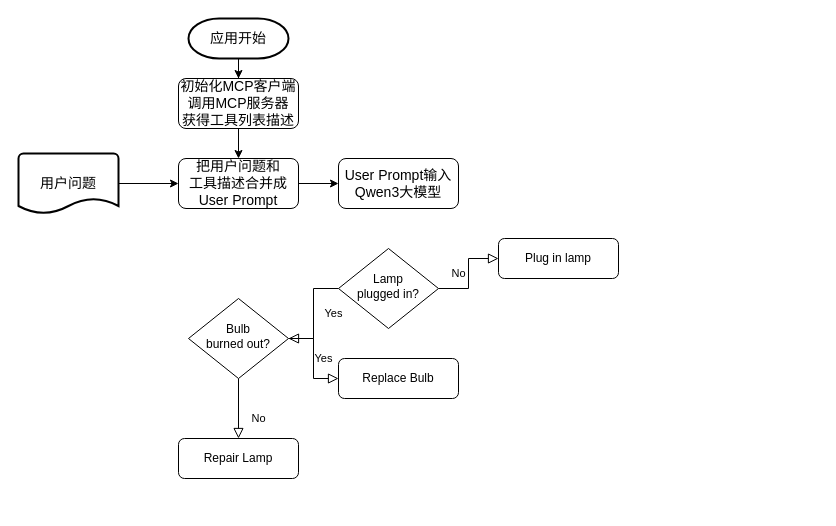
Above: MCP-LLM/未命名绘图.drawio in iniunet/Explore-MCP (draw.io), before the change. Source tidied: cells renumbered, new cells numbered last; positions are measured from the earlier drawing's top-left corner, leaving out a move shared by most shapes. Both pictures are drawn from the tidied source at 100%, with x=0, y=0 at pixel (18, 18).
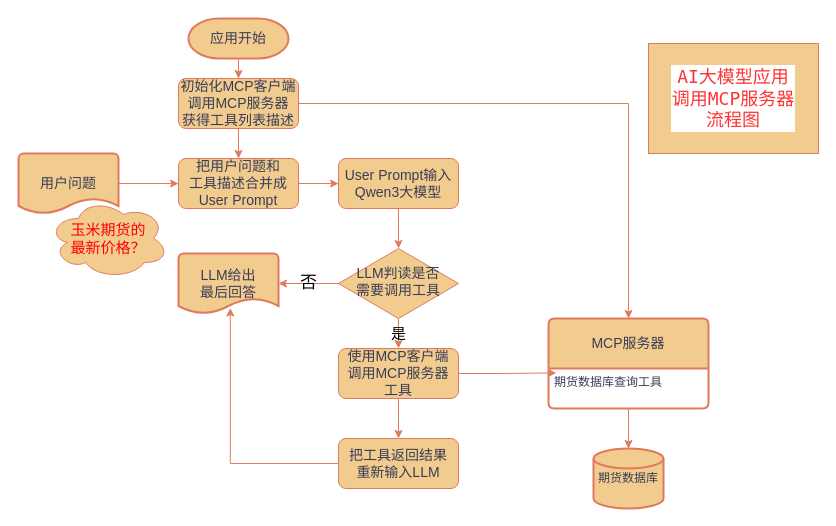
Above is the later version.

Commit message (it also covers changes not shown here):
更新未命名绘图.drawio

What changed in the source:
```diff
@@
-    <mxCell id="2" style="edgeStyle=orthogonalEdgeStyle;rounded=0;jettySize=auto;html=1;entryX=0.5;entryY=0;entryDx=0;entryDy=0;" parent="1" edge="1" source="3" target="16">
+    <mxCell id="2" style="edgeStyle=orthogonalEdgeStyle;rounded=0;jettySize=auto;html=1;entryX=0.5;entryY=0;entryDx=0;entryDy=0;labelBackgroundColor=none;strokeColor=#E07A5F;fontColor=default;" parent="1" edge="1" source="3" target="16">
       <mxGeometry relative="1" as="geometry" />
     </mxCell>
+    <mxCell id="20" style="edgeStyle=orthogonalEdgeStyle;rounded=0;jettySize=auto;html=1;entryX=0.5;entryY=0;entryDx=0;entryDy=0;strokeColor=#E07A5F;fontColor=#393C56;fillColor=#F2CC8F;" parent="1" edge="1" source="3" target="23">
+      <mxGeometry relative="1" as="geometry" />
+    </mxCell>
-    <mxCell id="3" value="&lt;font style=&quot;font-size: 14px;&quot;&gt;初始化MCP客户端&lt;/font&gt;&lt;div&gt;&lt;font style=&quot;font-size: 14px;&quot;&gt;调用MCP服务器&lt;/font&gt;&lt;/div&gt;&lt;div&gt;&lt;font style=&quot;font-size: 14px;&quot;&gt;获得工具列表描述&lt;/font&gt;&lt;/div&gt;" style="rounded=1;whiteSpace=wrap;html=1;fontSize=12;glass=0;strokeWidth=1;shadow=0;" parent="1" vertex="1">
+    <mxCell id="3" value="&lt;font style=&quot;font-size: 14px;&quot;&gt;初始化MCP客户端&lt;/font&gt;&lt;div&gt;&lt;font style=&quot;font-size: 14px;&quot;&gt;调用MCP服务器&lt;/font&gt;&lt;/div&gt;&lt;div&gt;&lt;font style=&quot;font-size: 14px;&quot;&gt;获得工具列表描述&lt;/font&gt;&lt;/div&gt;" style="rounded=1;whiteSpace=wrap;html=1;fontSize=12;glass=0;strokeWidth=1;shadow=0;labelBackgroundColor=none;fillColor=#F2CC8F;strokeColor=#E07A5F;fontColor=#393C56;" parent="1" vertex="1">
       <mxGeometry x="160" y="60" width="120" height="50" as="geometry" />
     </mxCell>
-    <mxCell id="4" value="Yes" style="rounded=0;html=1;jettySize=auto;fontSize=11;endArrow=block;endFill=0;endSize=8;strokeWidth=1;shadow=0;labelBackgroundColor=none;edgeStyle=orthogonalEdgeStyle;" parent="1" edge="1" source="6" target="10">
-      <mxGeometry y="20" relative="1" as="geometry" />
-    </mxCell>
-    <mxCell id="5" value="No" style="edgeStyle=orthogonalEdgeStyle;rounded=0;html=1;jettySize=auto;fontSize=11;endArrow=block;endFill=0;endSize=8;strokeWidth=1;shadow=0;labelBackgroundColor=none;" parent="1" edge="1" source="6" target="7">
-      <mxGeometry y="10" relative="1" as="geometry" />
-    </mxCell>
+    <mxCell id="21" value="&lt;font style=&quot;font-size: 15px;&quot;&gt;是&lt;/font&gt;" style="edgeStyle=orthogonalEdgeStyle;rounded=0;jettySize=auto;html=1;labelBackgroundColor=none;strokeColor=#E07A5F;fontColor=default;" parent="1" edge="1" source="6" target="30">
+      <mxGeometry relative="1" as="geometry" />
+    </mxCell>
-    <mxCell id="6" value="Lamp&lt;br&gt;plugged in?" style="rhombus;whiteSpace=wrap;html=1;shadow=0;fontFamily=Helvetica;fontSize=12;align=center;strokeWidth=1;spacing=6;spacingTop=-4;" parent="1" vertex="1">
-      <mxGeometry x="320" y="230" width="100" height="80" as="geometry" />
+    <mxCell id="6" value="LLM判读是否&lt;div&gt;需要调用工具&lt;/div&gt;" style="rhombus;whiteSpace=wrap;html=1;shadow=0;fontFamily=Helvetica;fontSize=14;align=center;strokeWidth=1;spacing=6;spacingTop=-4;labelBackgroundColor=none;fillColor=#F2CC8F;strokeColor=#E07A5F;fontColor=#393C56;" parent="1" vertex="1">
+      <mxGeometry x="320" y="230" width="120" height="70" as="geometry" />
     </mxCell>
-    <mxCell id="7" value="Plug in lamp" style="rounded=1;whiteSpace=wrap;html=1;fontSize=12;glass=0;strokeWidth=1;shadow=0;" parent="1" vertex="1">
-      <mxGeometry x="480" y="220" width="120" height="40" as="geometry" />
-    </mxCell>
-    <mxCell id="8" value="No" style="rounded=0;html=1;jettySize=auto;fontSize=11;endArrow=block;endFill=0;endSize=8;strokeWidth=1;shadow=0;labelBackgroundColor=none;edgeStyle=orthogonalEdgeStyle;" parent="1" edge="1" source="10" target="11">
-      <mxGeometry x="0.33" y="20" relative="1" as="geometry" />
-    </mxCell>
-    <mxCell id="9" value="Yes" style="edgeStyle=orthogonalEdgeStyle;rounded=0;html=1;jettySize=auto;fontSize=11;endArrow=block;endFill=0;endSize=8;strokeWidth=1;shadow=0;labelBackgroundColor=none;" parent="1" edge="1" source="10" target="12">
-      <mxGeometry y="10" relative="1" as="geometry" />
-    </mxCell>
-    <mxCell id="10" value="Bulb&lt;br&gt;burned out?" style="rhombus;whiteSpace=wrap;html=1;shadow=0;fontFamily=Helvetica;fontSize=12;align=center;strokeWidth=1;spacing=6;spacingTop=-4;" parent="1" vertex="1">
-      <mxGeometry x="170" y="280" width="100" height="80" as="geometry" />
-    </mxCell>
-    <mxCell id="11" value="Repair Lamp" style="rounded=1;whiteSpace=wrap;html=1;fontSize=12;glass=0;strokeWidth=1;shadow=0;" parent="1" vertex="1">
-      <mxGeometry x="160" y="420" width="120" height="40" as="geometry" />
-    </mxCell>
-    <mxCell id="12" value="Replace Bulb" style="rounded=1;whiteSpace=wrap;html=1;fontSize=12;glass=0;strokeWidth=1;shadow=0;" parent="1" vertex="1">
-      <mxGeometry x="320" y="340" width="120" height="40" as="geometry" />
-    </mxCell>
-    <mxCell id="13" style="edgeStyle=orthogonalEdgeStyle;rounded=0;jettySize=auto;html=1;entryX=0.5;entryY=0;entryDx=0;entryDy=0;" parent="1" edge="1" source="14" target="3">
+    <mxCell id="13" style="edgeStyle=orthogonalEdgeStyle;rounded=0;jettySize=auto;html=1;entryX=0.5;entryY=0;entryDx=0;entryDy=0;labelBackgroundColor=none;strokeColor=#E07A5F;fontColor=default;" parent="1" edge="1" source="14" target="3">
       <mxGeometry relative="1" as="geometry" />
     </mxCell>
-    <mxCell id="14" value="&lt;font style=&quot;font-size: 14px;&quot;&gt;应用开始&lt;/font&gt;" style="strokeWidth=2;html=1;shape=mxgraph.flowchart.terminator;whiteSpace=wrap;" parent="1" vertex="1">
+    <mxCell id="14" value="&lt;font style=&quot;font-size: 14px;&quot;&gt;应用开始&lt;/font&gt;" style="strokeWidth=2;html=1;shape=mxgraph.flowchart.terminator;whiteSpace=wrap;labelBackgroundColor=none;fillColor=#F2CC8F;strokeColor=#E07A5F;fontColor=#393C56;" parent="1" vertex="1">
       <mxGeometry x="170" width="100" height="40" as="geometry" />
     </mxCell>
-    <mxCell id="15" style="edgeStyle=orthogonalEdgeStyle;rounded=0;jettySize=auto;html=1;entryX=0;entryY=0.5;entryDx=0;entryDy=0;" parent="1" edge="1" source="16" target="17">
+    <mxCell id="15" style="edgeStyle=orthogonalEdgeStyle;rounded=0;jettySize=auto;html=1;entryX=0;entryY=0.5;entryDx=0;entryDy=0;labelBackgroundColor=none;strokeColor=#E07A5F;fontColor=default;" parent="1" edge="1" source="16" target="17">
       <mxGeometry relative="1" as="geometry" />
     </mxCell>
-    <mxCell id="16" value="&lt;span style=&quot;font-size: 14px;&quot;&gt;把用户问题和&lt;/span&gt;&lt;div&gt;&lt;span style=&quot;font-size: 14px;&quot;&gt;工具描述合并成&lt;/span&gt;&lt;/div&gt;&lt;div&gt;&lt;span style=&quot;font-size: 14px;&quot;&gt;User Prompt&lt;/span&gt;&lt;/div&gt;" style="rounded=1;whiteSpace=wrap;html=1;fontSize=12;glass=0;strokeWidth=1;shadow=0;" parent="1" vertex="1">
+    <mxCell id="16" value="&lt;span style=&quot;font-size: 14px;&quot;&gt;把用户问题和&lt;/span&gt;&lt;div&gt;&lt;span style=&quot;font-size: 14px;&quot;&gt;工具描述合并成&lt;/span&gt;&lt;/div&gt;&lt;div&gt;&lt;span style=&quot;font-size: 14px;&quot;&gt;User Prompt&lt;/span&gt;&lt;/div&gt;" style="rounded=1;whiteSpace=wrap;html=1;fontSize=12;glass=0;strokeWidth=1;shadow=0;labelBackgroundColor=none;fillColor=#F2CC8F;strokeColor=#E07A5F;fontColor=#393C56;" parent="1" vertex="1">
       <mxGeometry x="160" y="140" width="120" height="50" as="geometry" />
     </mxCell>
+    <mxCell id="22" style="edgeStyle=orthogonalEdgeStyle;rounded=0;jettySize=auto;html=1;entryX=0.5;entryY=0;entryDx=0;entryDy=0;labelBackgroundColor=none;strokeColor=#E07A5F;fontColor=default;" parent="1" edge="1" source="17" target="6">
+      <mxGeometry relative="1" as="geometry" />
+    </mxCell>
-    <mxCell id="17" value="&lt;span style=&quot;font-size: 14px;&quot;&gt;User Prompt输入&lt;/span&gt;&lt;div&gt;&lt;span style=&quot;font-size: 14px;&quot;&gt;Qwen3大模型&lt;/span&gt;&lt;/div&gt;" style="rounded=1;whiteSpace=wrap;html=1;fontSize=12;glass=0;strokeWidth=1;shadow=0;" parent="1" vertex="1">
+    <mxCell id="17" value="&lt;span style=&quot;font-size: 14px;&quot;&gt;User Prompt输入&lt;/span&gt;&lt;div&gt;&lt;span style=&quot;font-size: 14px;&quot;&gt;Qwen3大模型&lt;/span&gt;&lt;/div&gt;" style="rounded=1;whiteSpace=wrap;html=1;fontSize=12;glass=0;strokeWidth=1;shadow=0;labelBackgroundColor=none;fillColor=#F2CC8F;strokeColor=#E07A5F;fontColor=#393C56;" parent="1" vertex="1">
       <mxGeometry x="320" y="140" width="120" height="50" as="geometry" />
     </mxCell>
-    <mxCell id="18" style="edgeStyle=orthogonalEdgeStyle;rounded=0;jettySize=auto;html=1;entryX=0;entryY=0.5;entryDx=0;entryDy=0;" parent="1" edge="1" source="19" target="16">
+    <mxCell id="18" style="edgeStyle=orthogonalEdgeStyle;rounded=0;jettySize=auto;html=1;entryX=0;entryY=0.5;entryDx=0;entryDy=0;labelBackgroundColor=none;strokeColor=#E07A5F;fontColor=default;" parent="1" edge="1" source="19" target="16">
       <mxGeometry relative="1" as="geometry" />
     </mxCell>
-    <mxCell id="19" value="用户问题" style="strokeWidth=2;html=1;shape=mxgraph.flowchart.document2;whiteSpace=wrap;size=0.25;fontSize=14;" parent="1" vertex="1">
+    <mxCell id="19" value="用户问题" style="strokeWidth=2;html=1;shape=mxgraph.flowchart.document2;whiteSpace=wrap;size=0.25;fontSize=14;labelBackgroundColor=none;fillColor=#F2CC8F;strokeColor=#E07A5F;fontColor=#393C56;" parent="1" vertex="1">
       <mxGeometry y="135" width="100" height="60" as="geometry" />
     </mxCell>
+    <mxCell id="23" value="MCP服务器" style="swimlane;horizontal=1;startSize=50;rounded=1;fontSize=14;fontStyle=0;strokeWidth=2;shadow=0;dashed=0;align=center;arcSize=4;whiteSpace=wrap;html=1;labelBackgroundColor=none;fillColor=#F2CC8F;strokeColor=#E07A5F;fontColor=#393C56;" parent="1" vertex="1">
+      <mxGeometry x="530" y="300" width="160" height="90" as="geometry" />
+    </mxCell>
+    <mxCell id="24" value="期货数据库查询工具&lt;div&gt;&lt;br/&gt;&lt;/div&gt;" style="align=left;strokeColor=none;fillColor=none;spacingLeft=4;spacingRight=4;fontSize=12;verticalAlign=top;html=1;whiteSpace=wrap;labelBackgroundColor=none;fontColor=#393C56;" parent="23" vertex="1">
+      <mxGeometry y="50" width="160" height="40" as="geometry" />
+    </mxCell>
+    <mxCell id="25" value="期货数据库" style="strokeWidth=2;html=1;shape=mxgraph.flowchart.database;whiteSpace=wrap;labelBackgroundColor=none;fillColor=#F2CC8F;strokeColor=#E07A5F;fontColor=#393C56;" parent="1" vertex="1">
+      <mxGeometry x="575" y="430" width="70" height="60" as="geometry" />
+    </mxCell>
+    <mxCell id="26" style="edgeStyle=orthogonalEdgeStyle;rounded=0;jettySize=auto;html=1;entryX=0.5;entryY=0;entryDx=0;entryDy=0;entryPerimeter=0;labelBackgroundColor=none;strokeColor=#E07A5F;fontColor=default;" parent="1" edge="1" source="24" target="25">
+      <mxGeometry relative="1" as="geometry" />
+    </mxCell>
+    <mxCell id="27" value="&lt;span style=&quot;font-size: 14px;&quot;&gt;LLM给出&lt;/span&gt;&lt;div&gt;&lt;span style=&quot;font-size: 14px;&quot;&gt;最后回答&lt;/span&gt;&lt;/div&gt;" style="strokeWidth=2;html=1;shape=mxgraph.flowchart.document2;whiteSpace=wrap;size=0.25;labelBackgroundColor=none;fillColor=#F2CC8F;strokeColor=#E07A5F;fontColor=#393C56;" parent="1" vertex="1">
+      <mxGeometry x="160" y="235" width="100" height="60" as="geometry" />
+    </mxCell>
+    <mxCell id="28" value="&lt;font style=&quot;font-size: 17px;&quot;&gt;否&lt;/font&gt;" style="edgeStyle=orthogonalEdgeStyle;rounded=0;jettySize=auto;html=1;entryX=1;entryY=0.5;entryDx=0;entryDy=0;entryPerimeter=0;labelBackgroundColor=none;strokeColor=#E07A5F;fontColor=default;" parent="1" edge="1" source="6" target="27">
+      <mxGeometry relative="1" as="geometry" />
+    </mxCell>
+    <mxCell id="29" style="edgeStyle=orthogonalEdgeStyle;rounded=0;jettySize=auto;html=1;entryX=0.5;entryY=0;entryDx=0;entryDy=0;labelBackgroundColor=none;strokeColor=#E07A5F;fontColor=default;" parent="1" edge="1" source="30" target="32">
+      <mxGeometry relative="1" as="geometry" />
+    </mxCell>
+    <mxCell id="30" value="&lt;span style=&quot;font-size: 14px;&quot;&gt;使用MCP客户端&lt;/span&gt;&lt;div&gt;&lt;span style=&quot;font-size: 14px;&quot;&gt;调用MCP服务器&lt;/span&gt;&lt;/div&gt;&lt;div&gt;&lt;span style=&quot;font-size: 14px;&quot;&gt;工具&lt;/span&gt;&lt;/div&gt;" style="rounded=1;whiteSpace=wrap;html=1;fontSize=12;glass=0;strokeWidth=1;shadow=0;labelBackgroundColor=none;fillColor=#F2CC8F;strokeColor=#E07A5F;fontColor=#393C56;" parent="1" vertex="1">
+      <mxGeometry x="320" y="330" width="120" height="50" as="geometry" />
+    </mxCell>
+    <mxCell id="31" style="edgeStyle=orthogonalEdgeStyle;rounded=0;jettySize=auto;html=1;entryX=0.049;entryY=0.11;entryDx=0;entryDy=0;entryPerimeter=0;labelBackgroundColor=none;strokeColor=#E07A5F;fontColor=default;" parent="1" edge="1" source="30" target="24">
+      <mxGeometry relative="1" as="geometry" />
+    </mxCell>
+    <mxCell id="32" value="&lt;span style=&quot;font-size: 14px;&quot;&gt;把工具返回结果&lt;/span&gt;&lt;div&gt;&lt;span style=&quot;font-size: 14px;&quot;&gt;重新输入LLM&lt;/span&gt;&lt;/div&gt;" style="rounded=1;whiteSpace=wrap;html=1;fontSize=12;glass=0;strokeWidth=1;shadow=0;labelBackgroundColor=none;fillColor=#F2CC8F;strokeColor=#E07A5F;fontColor=#393C56;" parent="1" vertex="1">
+      <mxGeometry x="320" y="420" width="120" height="50" as="geometry" />
+    </mxCell>
+    <mxCell id="33" style="edgeStyle=orthogonalEdgeStyle;rounded=0;jettySize=auto;html=1;entryX=0.518;entryY=0.909;entryDx=0;entryDy=0;entryPerimeter=0;labelBackgroundColor=none;strokeColor=#E07A5F;fontColor=default;" parent="1" edge="1" source="32" target="27">
+      <mxGeometry relative="1" as="geometry" />
+    </mxCell>
+    <mxCell id="34" value="AI大模型应用&lt;div&gt;调用MCP服务器&lt;div&gt;流程图&lt;/div&gt;&lt;/div&gt;" style="rounded=0;whiteSpace=wrap;html=1;fontColor=#FF3333;fontFamily=Lucida Console;fontSize=18;labelBorderColor=light-dark(#ffffff, #ededed);labelBackgroundColor=default;fillColor=#F2CC8F;strokeColor=#E07A5F;" parent="1" vertex="1">
+      <mxGeometry x="630" y="25" width="170" height="110" as="geometry" />
+    </mxCell>
+    <mxCell id="35" value="玉米期货的&lt;div&gt;最新价格？&lt;/div&gt;" style="ellipse;shape=cloud;whiteSpace=wrap;html=1;strokeColor=#E07A5F;fontColor=#FF0000;fillColor=#F2CC8F;fontSize=15;" parent="1" vertex="1">
+      <mxGeometry x="30" y="180" width="120" height="80" as="geometry" />
+    </mxCell>
```
